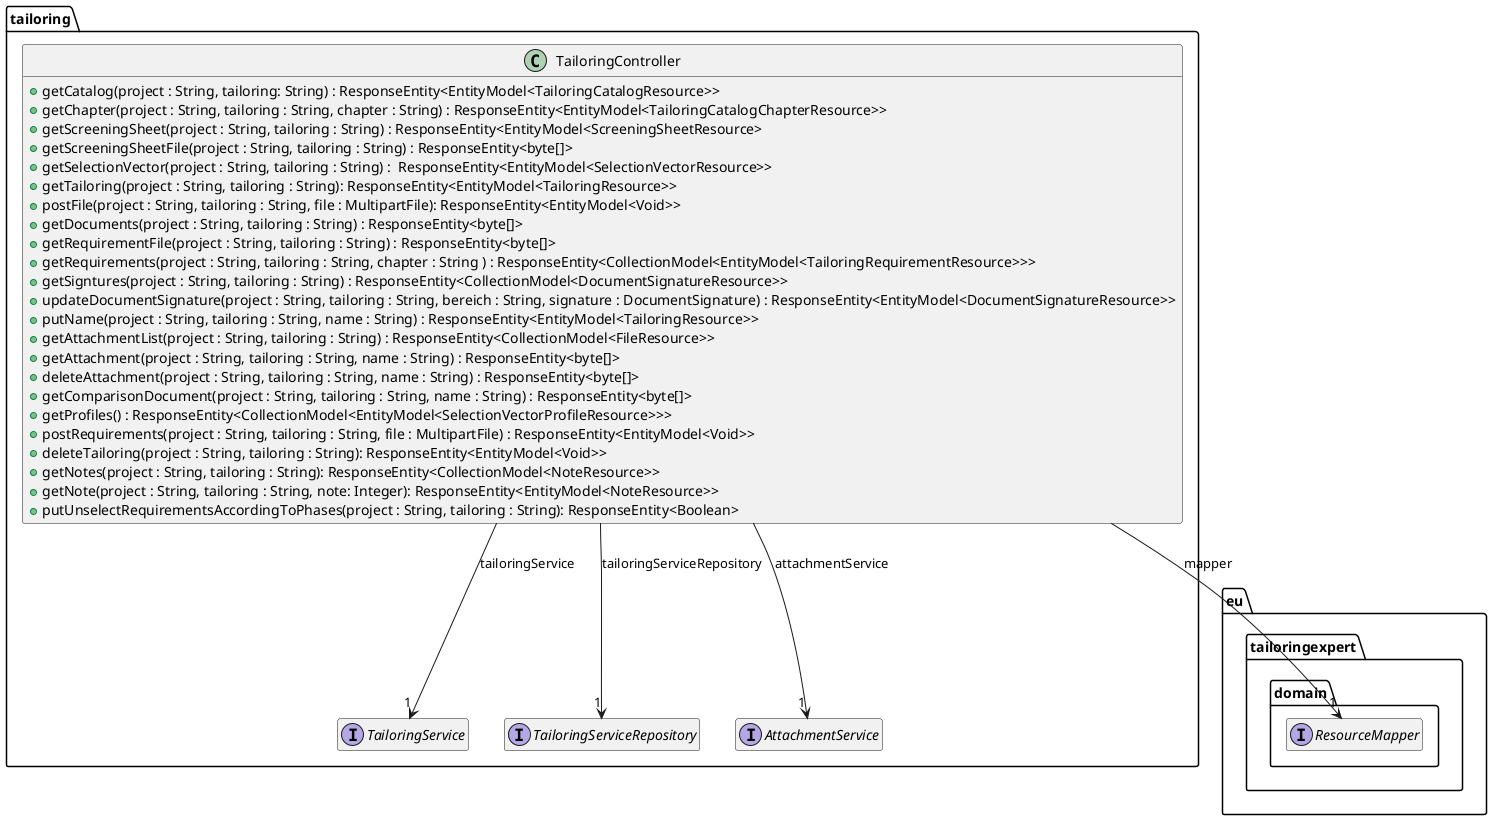
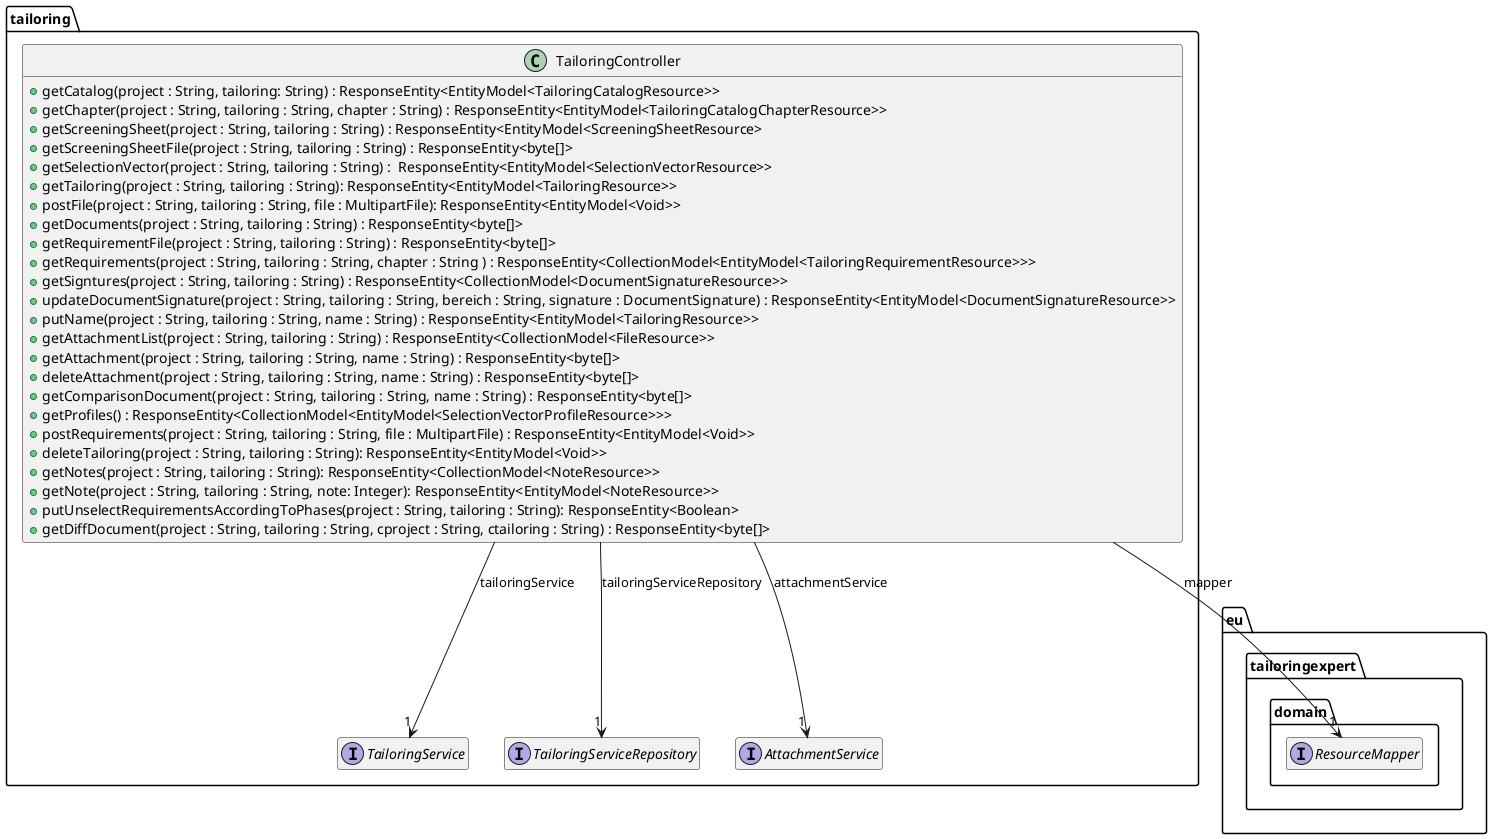
@startuml
hide empty members

package eu.tailoringexpert {
    package domain {
        interface ResourceMapper
    }
}

package tailoring {


    interface TailoringService {
    }

    interface TailoringServiceRepository {
    }

    interface AttachmentService {
    }

    class TailoringController {
        +getCatalog(project : String, tailoring: String) : ResponseEntity<EntityModel<TailoringCatalogResource>>
        +getChapter(project : String, tailoring : String, chapter : String) : ResponseEntity<EntityModel<TailoringCatalogChapterResource>>
        +getScreeningSheet(project : String, tailoring : String) : ResponseEntity<EntityModel<ScreeningSheetResource>
        +getScreeningSheetFile(project : String, tailoring : String) : ResponseEntity<byte[]>
        +getSelectionVector(project : String, tailoring : String) :  ResponseEntity<EntityModel<SelectionVectorResource>>
        +getTailoring(project : String, tailoring : String): ResponseEntity<EntityModel<TailoringResource>>
        +postFile(project : String, tailoring : String, file : MultipartFile): ResponseEntity<EntityModel<Void>>
        +getDocuments(project : String, tailoring : String) : ResponseEntity<byte[]>
        +getRequirementFile(project : String, tailoring : String) : ResponseEntity<byte[]>
        +getRequirements(project : String, tailoring : String, chapter : String ) : ResponseEntity<CollectionModel<EntityModel<TailoringRequirementResource>>>
        +getSigntures(project : String, tailoring : String) : ResponseEntity<CollectionModel<DocumentSignatureResource>>
        +updateDocumentSignature(project : String, tailoring : String, bereich : String, signature : DocumentSignature) : ResponseEntity<EntityModel<DocumentSignatureResource>>
        +putName(project : String, tailoring : String, name : String) : ResponseEntity<EntityModel<TailoringResource>>
        +getAttachmentList(project : String, tailoring : String) : ResponseEntity<CollectionModel<FileResource>>
        +getAttachment(project : String, tailoring : String, name : String) : ResponseEntity<byte[]>
        +deleteAttachment(project : String, tailoring : String, name : String) : ResponseEntity<byte[]>
        +getComparisonDocument(project : String, tailoring : String, name : String) : ResponseEntity<byte[]>
        +getProfiles() : ResponseEntity<CollectionModel<EntityModel<SelectionVectorProfileResource>>>
        +postRequirements(project : String, tailoring : String, file : MultipartFile) : ResponseEntity<EntityModel<Void>>
        +deleteTailoring(project : String, tailoring : String): ResponseEntity<EntityModel<Void>>
        +getNotes(project : String, tailoring : String): ResponseEntity<CollectionModel<NoteResource>>
        +getNote(project : String, tailoring : String, note: Integer): ResponseEntity<EntityModel<NoteResource>>
        +putUnselectRequirementsAccordingToPhases(project : String, tailoring : String): ResponseEntity<Boolean>
+         +getDiffDocument(project : String, tailoring : String, cproject : String, ctailoring : String) : ResponseEntity<byte[]>
    }
- 

    TailoringController --> "1" ResourceMapper : mapper
    TailoringController --> "1" TailoringService : tailoringService
    TailoringController --> "1" TailoringServiceRepository : tailoringServiceRepository
    TailoringController --> "1" AttachmentService : attachmentService

}
@enduml
